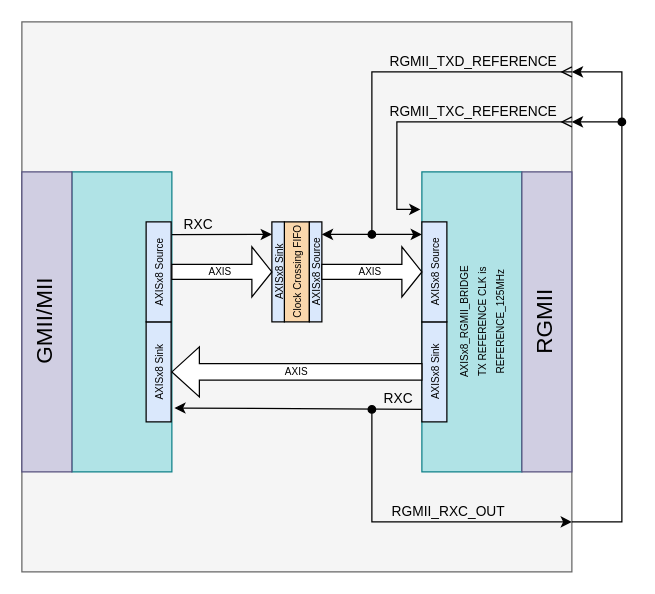
ikhansergio/FPGA_UDP_Offloading_Library keeps this draw.io diagram as docs/Drawio/Example_Project_Zynq_GMII_MII_2_RGMII_Adapter_RXC_LoopBack.drawio. Above is the earlier version. Source tidied: cells renumbered, new cells numbered last; positions are measured from the earlier drawing's top-left corner, leaving out a move shared by most shapes. Both pictures are drawn from the tidied source at 125%, with x=0, y=0 at pixel (-29, 21).
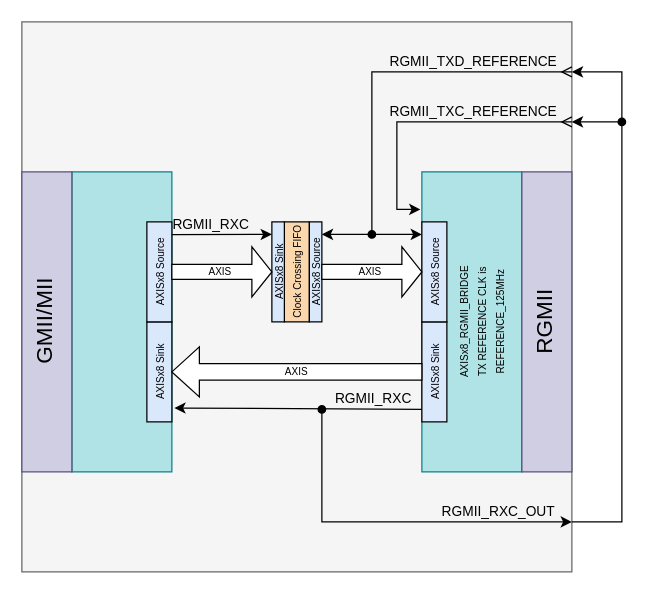
The same diagram, later.

Commit message (it also covers changes not shown here):
Update Example_Project_Zynq_GMII_MII_2_RGMII_Adapter Drawio diagrams

The change refers to these unchanged cells:
```xml
<mxCell id="18" style="endArrow=classic;html=1;rounded=0;exitX=1;exitY=0.4;exitDx=0;exitDy=0;exitPerimeter=0;labelPosition=center;verticalLabelPosition=top;align=center;verticalAlign=bottom;" parent="1" edge="1">
  <mxGeometry relative="1" as="geometry">
    <mxPoint x="160" y="170.2" as="sourcePoint" />
    <mxPoint x="240" y="170" as="targetPoint" />
  </mxGeometry>
</mxCell>
<mxCell id="23" style="endArrow=none;html=1;rounded=0;exitX=0.213;exitY=1.025;exitDx=0;exitDy=0;exitPerimeter=0;labelPosition=center;verticalLabelPosition=top;align=center;verticalAlign=bottom;entryX=0.125;entryY=0;entryDx=0;entryDy=0;entryPerimeter=0;startArrow=classic;startFill=1;endFill=0;" parent="1" edge="1" source="3" target="12">
  <mxGeometry relative="1" as="geometry" />
</mxCell>
```

The edit, as a diff of the source:
```diff
@@
     <mxCell id="5" value="&lt;span style=&quot;font-size: 8px;&quot;&gt;AXISx8&lt;/span&gt;&lt;span style=&quot;font-size: 8px;&quot;&gt;&amp;nbsp;Sink&lt;/span&gt;" style="rounded=0;whiteSpace=wrap;html=1;fillColor=#dae8fc;strokeColor=#000000;rotation=-90;" parent="1" vertex="1">
-      <mxGeometry x="109.4" y="270" width="80" height="20" as="geometry" />
+      <mxGeometry x="110" y="270" width="80" height="20" as="geometry" />
     </mxCell>
     <mxCell id="6" value="&lt;span style=&quot;font-size: 8px;&quot;&gt;AXISx8 Source&lt;/span&gt;" style="rounded=0;whiteSpace=wrap;html=1;fillColor=#dae8fc;strokeColor=#000000;rotation=-90;" parent="1" vertex="1">
-      <mxGeometry x="109.4" y="190" width="80" height="20" as="geometry" />
+      <mxGeometry x="110" y="190" width="80" height="20" as="geometry" />
     </mxCell>
@@
-    <mxCell id="19" value="RXC" style="edgeLabel;html=1;align=center;verticalAlign=bottom;labelBackgroundColor=none;labelBorderColor=none;labelPosition=center;verticalLabelPosition=top;" parent="18" vertex="1">
+    <mxCell id="19" value="RGMII_RXC" style="edgeLabel;html=1;align=center;verticalAlign=bottom;labelBackgroundColor=none;labelBorderColor=none;labelPosition=center;verticalLabelPosition=top;" parent="18" vertex="1">
       <mxGeometry x="-0.69" y="-1" relative="1" as="geometry">
-        <mxPoint x="8" y="-1" as="offset" />
+        <mxPoint x="18" y="-1" as="offset" />
       </mxGeometry>
     </mxCell>
     <mxCell id="20" value="RGMII_RXC_OUT" style="edgeLabel;html=1;align=center;verticalAlign=bottom;labelBackgroundColor=none;labelBorderColor=none;labelPosition=center;verticalLabelPosition=top;" parent="18" vertex="1">
       <mxGeometry x="-0.69" y="-1" relative="1" as="geometry">
-        <mxPoint x="208" y="229" as="offset" />
+        <mxPoint x="248" y="229" as="offset" />
       </mxGeometry>
     </mxCell>
@@
-    <mxCell id="24" value="RXC" style="edgeLabel;html=1;align=center;verticalAlign=bottom;labelBackgroundColor=none;labelBorderColor=none;labelPosition=center;verticalLabelPosition=top;" parent="23" vertex="1">
+    <mxCell id="24" value="RGMII_RXC" style="edgeLabel;html=1;align=center;verticalAlign=bottom;labelBackgroundColor=none;labelBorderColor=none;labelPosition=center;verticalLabelPosition=top;" parent="23" vertex="1">
       <mxGeometry x="-0.69" y="-1" relative="1" as="geometry">
-        <mxPoint x="148" y="-1" as="offset" />
+        <mxPoint x="128" y="-1" as="offset" />
       </mxGeometry>
     </mxCell>
     <mxCell id="25" style="endArrow=classic;html=1;rounded=0;endFill=1;startArrow=oval;startFill=1;" parent="1" edge="1">
-      <mxGeometry x="-0.23" relative="1" as="geometry">
-        <mxPoint x="320" y="310" as="sourcePoint" />
+      <mxGeometry x="-0.34" relative="1" as="geometry">
+        <mxPoint x="280" y="310" as="sourcePoint" />
         <mxPoint x="480" y="400" as="targetPoint" />
         <Array as="points">
-          <mxPoint x="320" y="400" />
+          <mxPoint x="280" y="400" />
         </Array>
       </mxGeometry>
     </mxCell>
```
